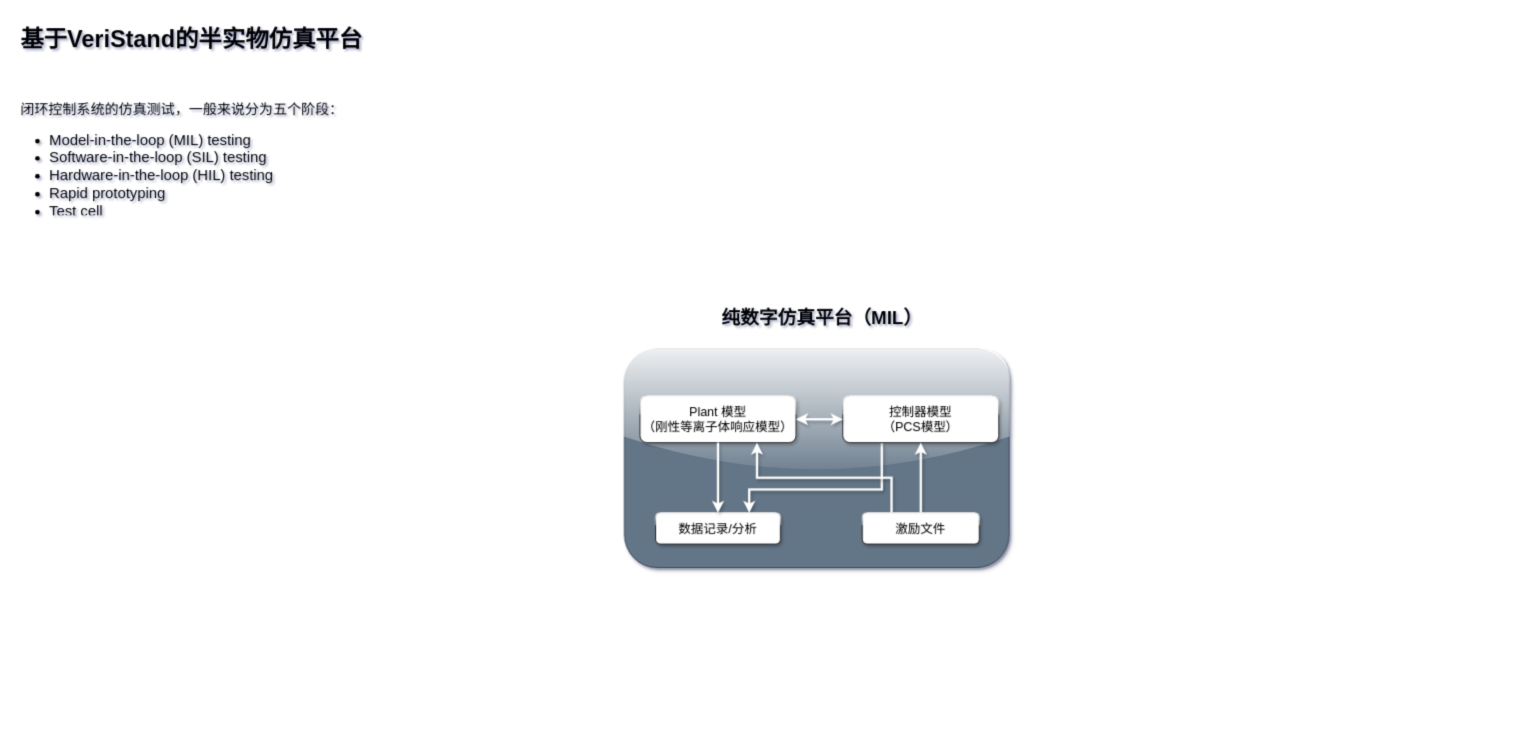
This is Untitled Diagram.drawio from 3038814044/draw, a draw.io file, before an edit. Source tidied: cells renumbered, new cells numbered last; positions are measured from the earlier drawing's top-left corner, leaving out a move shared by most shapes. Both pictures are drawn from the tidied source at 78%, with x=0, y=0 at pixel (16, 21).
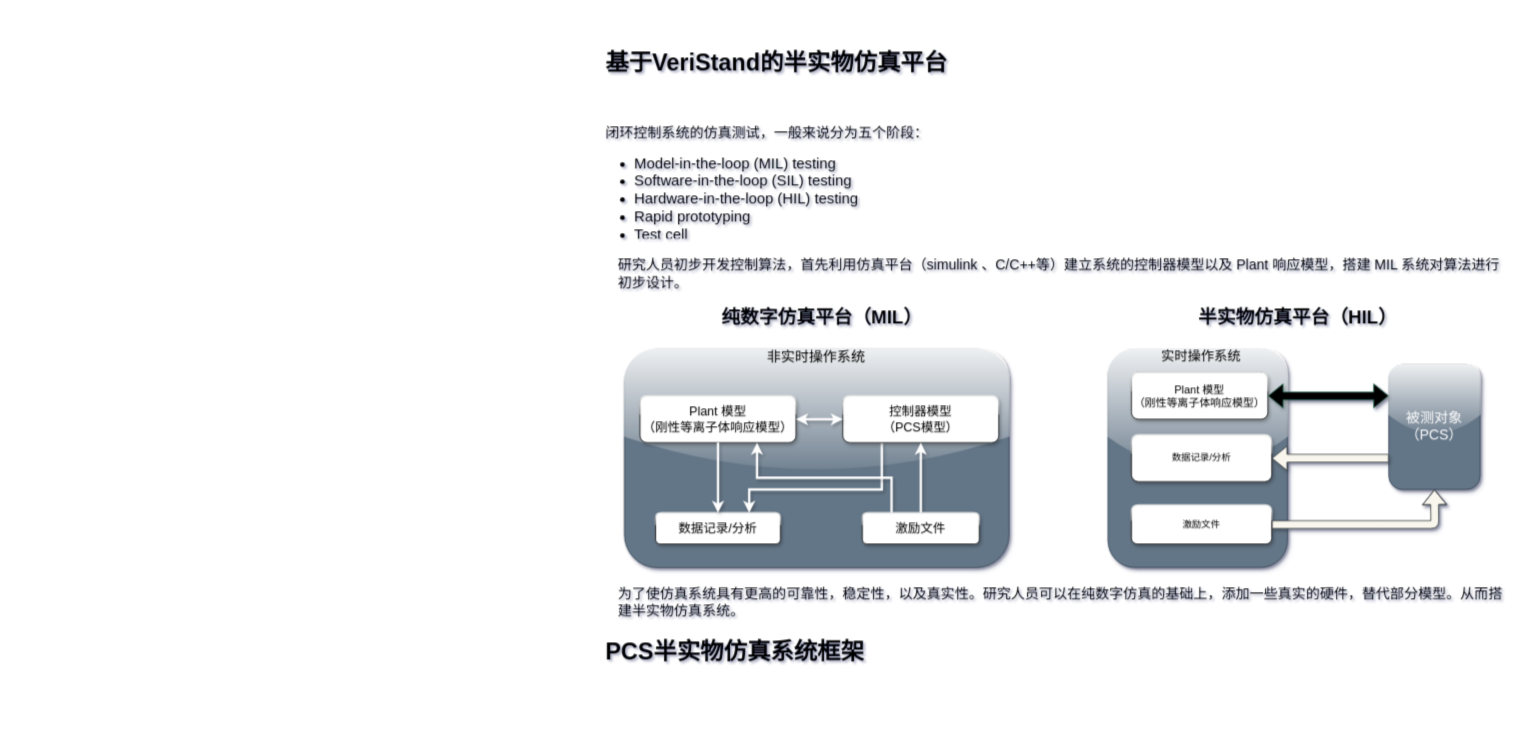
After the change.

Diff of the diagram source:
```diff
@@
     <mxCell id="13" value="&lt;h1&gt;&lt;font style=&quot;font-size: 30px&quot;&gt;基于VeriStand的半实物仿真平台&lt;/font&gt;&lt;/h1&gt;&lt;h1&gt;&amp;nbsp;&lt;/h1&gt;&lt;div&gt;&lt;font style=&quot;font-size: 18px&quot;&gt;闭环控制系统的仿真测试，一般来说分为五个阶段：&lt;/font&gt;&lt;/div&gt;&lt;div&gt;&lt;br&gt;&lt;/div&gt;" style="text;html=1;strokeColor=none;fillColor=none;spacing=5;spacingTop=-20;whiteSpace=wrap;overflow=hidden;rounded=0;shadow=1;glass=0;sketch=0;" parent="1" vertex="1">
-      <mxGeometry x="0.5" width="450" height="250" as="geometry" />
+      <mxGeometry x="750.5" y="30" width="450" height="250" as="geometry" />
     </mxCell>
     <mxCell id="14" value="&lt;ul style=&quot;font-size: 19px&quot;&gt;&lt;li&gt;Model-in-the-loop (MIL) testing&lt;/li&gt;&lt;li&gt;Software-in-the-loop (SIL) testing&lt;/li&gt;&lt;li&gt;Hardware-in-the-loop (HIL) testing&lt;/li&gt;&lt;li&gt;Rapid prototyping&lt;/li&gt;&lt;li&gt;Test cell&lt;/li&gt;&lt;/ul&gt;" style="text;strokeColor=none;fillColor=none;html=1;whiteSpace=wrap;verticalAlign=middle;overflow=hidden;rounded=0;shadow=1;glass=0;sketch=0;" parent="1" vertex="1">
-      <mxGeometry x="0.5" y="120" width="440" height="130" as="geometry" />
+      <mxGeometry x="750.5" y="150" width="440" height="130" as="geometry" />
     </mxCell>
+    <mxCell id="15" style="whiteSpace=wrap;html=1;shadow=1;fontSize=18;fillColor=#647687;strokeColor=#314354;fontColor=#ffffff;rounded=1;glass=1;" parent="1" vertex="1">
+      <mxGeometry x="1400" y="420" width="230" height="280" as="geometry" />
+    </mxCell>
+    <mxCell id="16" value="被测对象&lt;br&gt;（PCS）" style="whiteSpace=wrap;html=1;shadow=1;fontSize=18;fillColor=#647687;strokeColor=#314354;fontColor=#ffffff;rounded=1;glass=1;sketch=0;" parent="1" vertex="1">
+      <mxGeometry x="1760" y="440" width="117" height="160" as="geometry" />
+    </mxCell>
+    <mxCell id="17" value="半实物仿真平台（HIL）" style="text;strokeColor=none;fillColor=none;html=1;fontSize=24;fontStyle=1;verticalAlign=middle;align=center;shadow=1;" parent="1" vertex="1">
+      <mxGeometry x="1510" y="360" width="265" height="40" as="geometry" />
+    </mxCell>
+    <mxCell id="18" value="&lt;font style=&quot;font-size: 14px&quot;&gt;Plant 模型&lt;br&gt;（刚性等离子体响应模型）&lt;/font&gt;" style="rounded=1;whiteSpace=wrap;html=1;shadow=1;glass=1;" parent="1" vertex="1">
+      <mxGeometry x="1430" y="450" width="175" height="60" as="geometry" />
+    </mxCell>
+    <mxCell id="19" style="shape=flexArrow;endArrow=classic;startArrow=classic;html=1;entryX=0;entryY=0.25;entryDx=0;entryDy=0;exitX=1;exitY=0.5;exitDx=0;exitDy=0;strokeColor=#30765C;fillColor=#000000;sketch=0;shadow=1;" parent="1" edge="1" source="18" target="16">
+      <mxGeometry relative="1" as="geometry" />
+    </mxCell>
+    <mxCell id="20" value="数据记录/分析" style="rounded=1;whiteSpace=wrap;html=1;shadow=1;glass=1;" parent="1" vertex="1">
+      <mxGeometry x="1430" y="530" width="180" height="60" as="geometry" />
+    </mxCell>
+    <mxCell id="21" style="shape=flexArrow;endArrow=classic;html=1;entryX=1;entryY=0.5;entryDx=0;entryDy=0;exitX=0;exitY=0.75;exitDx=0;exitDy=0;fillColor=#f9f7ed;strokeColor=#36393d;rounded=1;shadow=1;sketch=0;" parent="1" edge="1" source="16" target="20">
+      <mxGeometry relative="1" as="geometry" />
+    </mxCell>
+    <mxCell id="22" value="激励文件" style="rounded=1;whiteSpace=wrap;html=1;shadow=1;glass=1;" parent="1" vertex="1">
+      <mxGeometry x="1430" y="620" width="180" height="50" as="geometry" />
+    </mxCell>
+    <mxCell id="23" style="shape=flexArrow;endArrow=classic;html=1;exitX=1;exitY=0.5;exitDx=0;exitDy=0;entryX=0.5;entryY=1;entryDx=0;entryDy=0;fillColor=#f9f7ed;strokeColor=#36393d;shadow=1;sketch=0;" parent="1" edge="1" source="22" target="16">
+      <mxGeometry relative="1" as="geometry">
+        <Array as="points">
+          <mxPoint x="1750" y="645" />
+          <mxPoint x="1819" y="645" />
+        </Array>
+      </mxGeometry>
+    </mxCell>
+    <mxCell id="24" value="&lt;span style=&quot;font-size: 18px&quot;&gt;研究人员初步开发控制算法，首先利用仿真平台（simulink 、C/C++等）建立系统的控制器模型以及 Plant 响应模型，搭建 MIL 系统对算法进行初步设计。&lt;br&gt;&lt;br&gt;&lt;/span&gt;" style="text;html=1;strokeColor=none;fillColor=none;align=left;verticalAlign=middle;whiteSpace=wrap;rounded=0;shadow=1;glass=0;sketch=0;" parent="1" vertex="1">
+      <mxGeometry x="770" y="290" width="1145" height="90" as="geometry" />
+    </mxCell>
+    <mxCell id="25" value="&lt;span style=&quot;font-size: 18px&quot;&gt;为了使仿真系统具有更高的可靠性，稳定性，以及真实性。研究人员可以在纯数字仿真的基础上，添加一些真实的硬件，替代部分模型。从而搭建半实物仿真系统。&lt;br&gt;&lt;/span&gt;" style="text;html=1;strokeColor=none;fillColor=none;align=left;verticalAlign=middle;whiteSpace=wrap;rounded=0;shadow=1;glass=0;sketch=0;" parent="1" vertex="1">
+      <mxGeometry x="770" y="700" width="1145" height="90" as="geometry" />
+    </mxCell>
+    <mxCell id="26" value="&lt;h1 style=&quot;font-size: 30px&quot;&gt;&lt;font style=&quot;font-size: 30px&quot;&gt;PCS半实物仿真系统框架&lt;/font&gt;&lt;/h1&gt;&lt;p style=&quot;font-size: 30px&quot;&gt;&lt;br&gt;&lt;/p&gt;" style="text;html=1;strokeColor=none;fillColor=none;spacing=5;spacingTop=-20;whiteSpace=wrap;overflow=hidden;rounded=0;shadow=1;glass=0;sketch=0;" parent="1" vertex="1">
+      <mxGeometry x="750.5" y="780" width="369.5" height="130" as="geometry" />
+    </mxCell>
+    <mxCell id="27" value="&lt;font style=&quot;font-size: 18px&quot;&gt;非实时操作系统&lt;/font&gt;" style="text;html=1;strokeColor=none;fillColor=none;align=center;verticalAlign=middle;whiteSpace=wrap;rounded=0;shadow=1;glass=0;sketch=0;" parent="1" vertex="1">
+      <mxGeometry x="955.4" y="420" width="142.2" height="20" as="geometry" />
+    </mxCell>
+    <mxCell id="28" value="&lt;font style=&quot;font-size: 17px&quot;&gt;实时操作系统&lt;/font&gt;" style="text;html=1;strokeColor=none;fillColor=none;align=center;verticalAlign=middle;whiteSpace=wrap;rounded=0;shadow=1;glass=0;sketch=0;" parent="1" vertex="1">
+      <mxGeometry x="1449.4" y="420" width="141.1" height="20" as="geometry" />
+    </mxCell>
```
